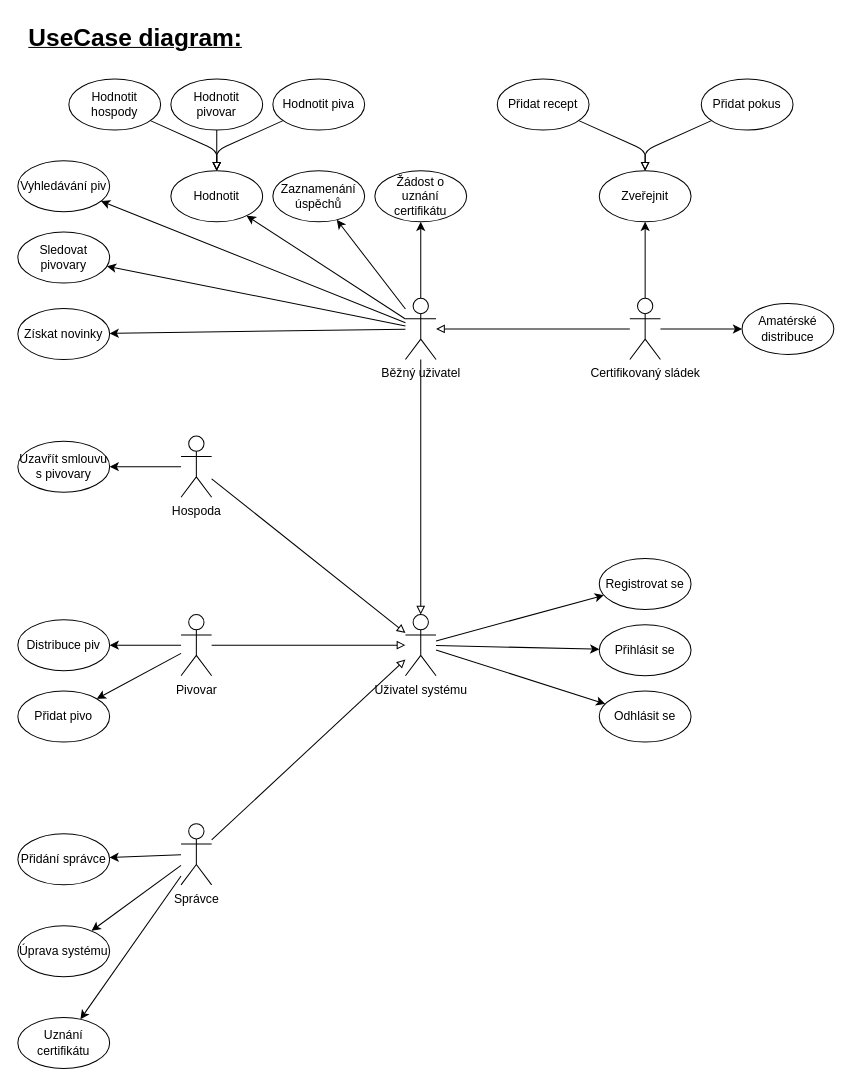
This is IUS/IUS_projekt/UseCase.drawio from dan1235689/Diagrams, a draw.io file, before an edit. Source tidied: cells renumbered, new cells numbered last; positions are measured from the earlier drawing's top-left corner, leaving out a move shared by most shapes. Both pictures are drawn from the tidied source at 102%, with x=0, y=0 at pixel (17, 17).
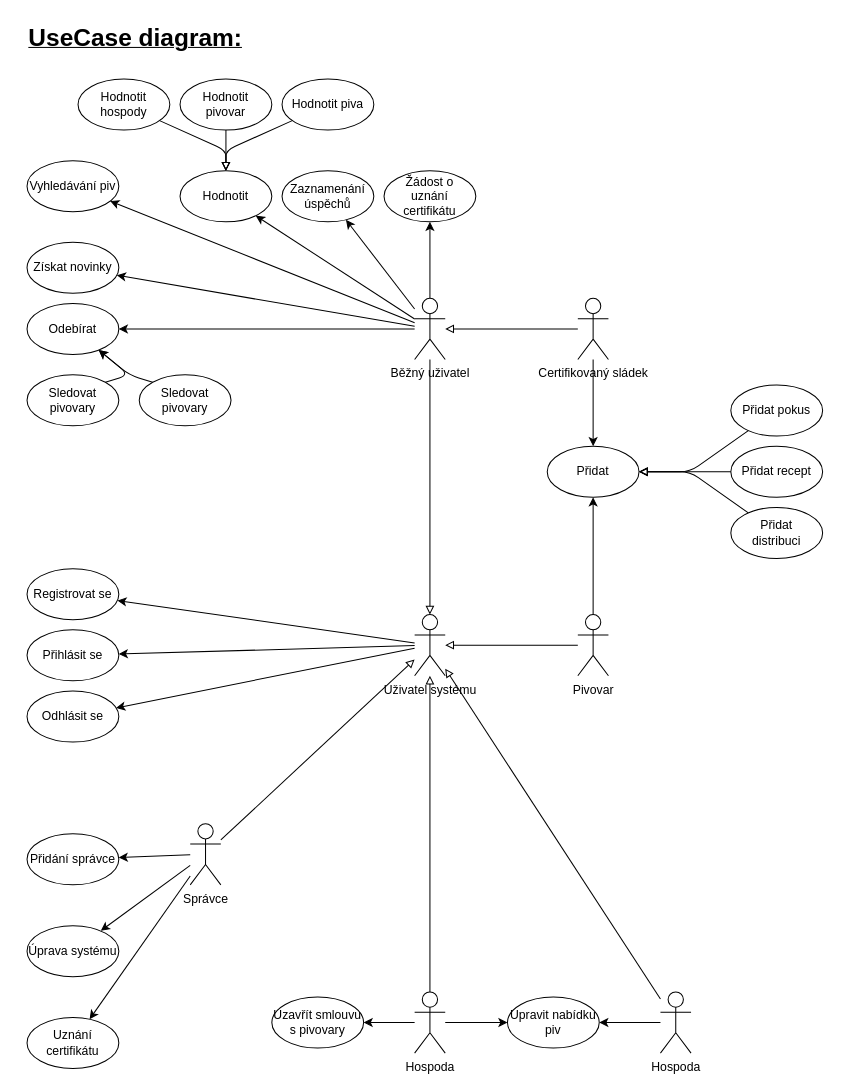
The same page after the edit.

What changed in the source:
```diff
@@
     <mxCell id="8" value="Běžný uživatel" style="shape=umlActor;verticalLabelPosition=bottom;verticalAlign=top;html=1;outlineConnect=0;" parent="1" vertex="1">
-      <mxGeometry x="380" y="275" width="30" height="60" as="geometry" />
+      <mxGeometry x="389" y="275" width="30" height="60" as="geometry" />
     </mxCell>
     <mxCell id="9" style="edgeStyle=none;html=1;endArrow=block;endFill=0;" parent="1" edge="1" source="10" target="47">
       <mxGeometry relative="1" as="geometry">
         <Array as="points">
-          <mxPoint x="195" y="130" />
+          <mxPoint x="204" y="130" />
         </Array>
       </mxGeometry>
     </mxCell>
     <mxCell id="10" value="Hodnotit hospody" style="ellipse;whiteSpace=wrap;html=1;" parent="1" vertex="1">
-      <mxGeometry x="50" y="60" width="90" height="50" as="geometry" />
+      <mxGeometry x="59" y="60" width="90" height="50" as="geometry" />
     </mxCell>
     <mxCell id="11" value="Vyhledávání piv" style="ellipse;whiteSpace=wrap;html=1;" parent="1" vertex="1">
-      <mxGeometry y="140" width="90" height="50" as="geometry" />
+      <mxGeometry x="9" y="140" width="90" height="50" as="geometry" />
     </mxCell>
     <mxCell id="12" value="Zaznamenání úspěchů" style="ellipse;whiteSpace=wrap;html=1;" parent="1" vertex="1">
-      <mxGeometry x="250" y="150" width="90" height="50" as="geometry" />
+      <mxGeometry x="259" y="150" width="90" height="50" as="geometry" />
     </mxCell>
-    <mxCell id="13" value="Sledovat pivovary" style="ellipse;whiteSpace=wrap;html=1;" parent="1" vertex="1">
-      <mxGeometry y="210" width="90" height="50" as="geometry" />
+    <mxCell id="13" value="Odebírat" style="ellipse;whiteSpace=wrap;html=1;" parent="1" vertex="1">
+      <mxGeometry x="9" y="280" width="90" height="50" as="geometry" />
     </mxCell>
     <mxCell id="14" value="Získat novinky" style="ellipse;whiteSpace=wrap;html=1;" parent="1" vertex="1">
-      <mxGeometry y="285" width="90" height="50" as="geometry" />
+      <mxGeometry x="9" y="220" width="90" height="50" as="geometry" />
     </mxCell>
-    <mxCell id="15" value="Zveřejnit" style="ellipse;whiteSpace=wrap;html=1;" parent="1" vertex="1">
-      <mxGeometry x="570" y="150" width="90" height="50" as="geometry" />
+    <mxCell id="15" value="Přidat" style="ellipse;whiteSpace=wrap;html=1;" parent="1" vertex="1">
+      <mxGeometry x="519" y="420" width="90" height="50" as="geometry" />
     </mxCell>
     <mxCell id="16" style="edgeStyle=none;html=1;endArrow=block;endFill=0;" parent="1" edge="1" source="17" target="15">
       <mxGeometry relative="1" as="geometry">
         <Array as="points">
-          <mxPoint x="615" y="130" />
+          <mxPoint x="729" y="445" />
         </Array>
       </mxGeometry>
     </mxCell>
     <mxCell id="17" value="Přidat recept" style="ellipse;whiteSpace=wrap;html=1;" parent="1" vertex="1">
-      <mxGeometry x="470" y="60" width="90" height="50" as="geometry" />
+      <mxGeometry x="699" y="420" width="90" height="50" as="geometry" />
     </mxCell>
+    <mxCell id="58" style="edgeStyle=none;html=1;endArrow=block;endFill=0;" parent="1" edge="1" source="18" target="15">
+      <mxGeometry relative="1" as="geometry">
+        <Array as="points">
+          <mxPoint x="659" y="445" />
+        </Array>
+      </mxGeometry>
+    </mxCell>
-    <mxCell id="18" value="Distribuce piv" style="ellipse;whiteSpace=wrap;html=1;" parent="1" vertex="1">
-      <mxGeometry y="590" width="90" height="50" as="geometry" />
+    <mxCell id="18" value="Přidat&lt;br&gt;distribuci" style="ellipse;whiteSpace=wrap;html=1;" parent="1" vertex="1">
+      <mxGeometry x="699" y="480" width="90" height="50" as="geometry" />
     </mxCell>
     <mxCell id="19" value="Uzavřít smlouvu s pivovary" style="ellipse;whiteSpace=wrap;html=1;" parent="1" vertex="1">
-      <mxGeometry y="415" width="90" height="50" as="geometry" />
+      <mxGeometry x="249" y="960" width="90" height="50" as="geometry" />
     </mxCell>
@@
-    <mxCell id="22" style="edgeStyle=none;html=1;" parent="1" edge="1" source="23" target="31">
-      <mxGeometry relative="1" as="geometry" />
-    </mxCell>
     <mxCell id="23" value="Certifikovaný sládek" style="shape=umlActor;verticalLabelPosition=bottom;verticalAlign=top;html=1;outlineConnect=0;" parent="1" vertex="1">
-      <mxGeometry x="600" y="275" width="30" height="60" as="geometry" />
+      <mxGeometry x="549" y="275" width="30" height="60" as="geometry" />
     </mxCell>
@@
+    <mxCell id="59" style="edgeStyle=none;html=1;startArrow=none;startFill=0;endArrow=classic;endFill=1;" parent="1" edge="1" source="25" target="68">
+      <mxGeometry relative="1" as="geometry" />
+    </mxCell>
     <mxCell id="25" value="Hospoda" style="shape=umlActor;verticalLabelPosition=bottom;verticalAlign=top;html=1;outlineConnect=0;" parent="1" vertex="1">
-      <mxGeometry x="160" y="410" width="30" height="60" as="geometry" />
+      <mxGeometry x="389" y="955" width="30" height="60" as="geometry" />
     </mxCell>
-    <mxCell id="26" style="edgeStyle=none;html=1;" parent="1" edge="1" source="28" target="18">
-      <mxGeometry relative="1" as="geometry" />
-    </mxCell>
-    <mxCell id="27" style="edgeStyle=none;html=1;endArrow=classic;endFill=1;" parent="1" edge="1" source="28" target="54">
-      <mxGeometry relative="1" as="geometry" />
-    </mxCell>
+    <mxCell id="60" style="edgeStyle=none;html=1;endArrow=classic;endFill=1;" parent="1" edge="1" source="28" target="15">
+      <mxGeometry relative="1" as="geometry" />
+    </mxCell>
     <mxCell id="28" value="Pivovar" style="shape=umlActor;verticalLabelPosition=bottom;verticalAlign=top;html=1;outlineConnect=0;" parent="1" vertex="1">
-      <mxGeometry x="160" y="585" width="30" height="60" as="geometry" />
+      <mxGeometry x="549" y="585" width="30" height="60" as="geometry" />
     </mxCell>
     <mxCell id="29" style="edgeStyle=none;html=1;endArrow=block;endFill=0;" parent="1" edge="1" source="30" target="47">
       <mxGeometry relative="1" as="geometry">
         <Array as="points">
-          <mxPoint x="195" y="130" />
+          <mxPoint x="204" y="130" />
         </Array>
       </mxGeometry>
     </mxCell>
     <mxCell id="30" value="Hodnotit piva" style="ellipse;whiteSpace=wrap;html=1;" parent="1" vertex="1">
-      <mxGeometry x="250" y="60" width="90" height="50" as="geometry" />
+      <mxGeometry x="259" y="60" width="90" height="50" as="geometry" />
     </mxCell>
-    <mxCell id="31" value="Amatérské distribuce" style="ellipse;whiteSpace=wrap;html=1;" parent="1" vertex="1">
-      <mxGeometry x="710" y="280" width="90" height="50" as="geometry" />
-    </mxCell>
@@
+    <mxCell id="61" style="edgeStyle=none;html=1;endArrow=none;endFill=0;startArrow=block;startFill=0;" parent="1" edge="1" source="35" target="67">
+      <mxGeometry relative="1" as="geometry" />
+    </mxCell>
     <mxCell id="35" value="Uživatel systému" style="shape=umlActor;verticalLabelPosition=bottom;verticalAlign=top;html=1;" parent="1" vertex="1">
-      <mxGeometry x="380" y="585" width="30" height="60" as="geometry" />
+      <mxGeometry x="389" y="585" width="30" height="60" as="geometry" />
     </mxCell>
@@
     <mxCell id="39" value="Registrovat se" style="ellipse;whiteSpace=wrap;html=1;" parent="1" vertex="1">
-      <mxGeometry x="570" y="530" width="90" height="50" as="geometry" />
+      <mxGeometry x="9" y="540" width="90" height="50" as="geometry" />
     </mxCell>
     <mxCell id="40" value="Přihlásit se" style="ellipse;whiteSpace=wrap;html=1;" parent="1" vertex="1">
-      <mxGeometry x="570" y="595" width="90" height="50" as="geometry" />
+      <mxGeometry x="9" y="600" width="90" height="50" as="geometry" />
     </mxCell>
@@
     <mxCell id="45" value="Správce" style="shape=umlActor;verticalLabelPosition=bottom;verticalAlign=top;html=1;outlineConnect=0;" parent="1" vertex="1">
-      <mxGeometry x="160" y="790" width="30" height="60" as="geometry" />
+      <mxGeometry x="169" y="790" width="30" height="60" as="geometry" />
     </mxCell>
     <mxCell id="46" value="Uznání certifikátu" style="ellipse;whiteSpace=wrap;html=1;" parent="1" vertex="1">
-      <mxGeometry y="980" width="90" height="50" as="geometry" />
+      <mxGeometry x="9" y="980" width="90" height="50" as="geometry" />
     </mxCell>
     <mxCell id="47" value="Hodnotit" style="ellipse;whiteSpace=wrap;html=1;" parent="1" vertex="1">
-      <mxGeometry x="150" y="150" width="90" height="50" as="geometry" />
+      <mxGeometry x="159" y="150" width="90" height="50" as="geometry" />
     </mxCell>
     <mxCell id="48" style="edgeStyle=none;html=1;endArrow=block;endFill=0;" parent="1" edge="1" source="49" target="15">
       <mxGeometry relative="1" as="geometry">
         <Array as="points">
-          <mxPoint x="615" y="130" />
+          <mxPoint x="659" y="445" />
         </Array>
       </mxGeometry>
     </mxCell>
     <mxCell id="49" value="Přidat pokus" style="ellipse;whiteSpace=wrap;html=1;" parent="1" vertex="1">
-      <mxGeometry x="670" y="60" width="90" height="50" as="geometry" />
+      <mxGeometry x="699" y="360" width="90" height="50" as="geometry" />
     </mxCell>
     <mxCell id="50" value="Odhlásit se" style="ellipse;whiteSpace=wrap;html=1;" parent="1" vertex="1">
-      <mxGeometry x="570" y="660" width="90" height="50" as="geometry" />
+      <mxGeometry x="9" y="660" width="90" height="50" as="geometry" />
     </mxCell>
     <mxCell id="51" value="Úprava systému" style="ellipse;whiteSpace=wrap;html=1;" parent="1" vertex="1">
-      <mxGeometry y="890" width="90" height="50" as="geometry" />
+      <mxGeometry x="9" y="890" width="90" height="50" as="geometry" />
     </mxCell>
     <mxCell id="52" value="Žádost o&lt;br&gt;uznání certifikátu" style="ellipse;whiteSpace=wrap;html=1;" parent="1" vertex="1">
-      <mxGeometry x="350" y="150" width="90" height="50" as="geometry" />
+      <mxGeometry x="359" y="150" width="90" height="50" as="geometry" />
     </mxCell>
     <mxCell id="53" value="Přidání správce" style="ellipse;whiteSpace=wrap;html=1;" parent="1" vertex="1">
-      <mxGeometry y="800" width="90" height="50" as="geometry" />
+      <mxGeometry x="9" y="800" width="90" height="50" as="geometry" />
     </mxCell>
-    <mxCell id="54" value="Přidat pivo" style="ellipse;whiteSpace=wrap;html=1;" parent="1" vertex="1">
-      <mxGeometry y="660" width="90" height="50" as="geometry" />
-    </mxCell>
@@
     <mxCell id="56" value="Hodnotit&lt;br&gt;pivovar" style="ellipse;whiteSpace=wrap;html=1;" parent="1" vertex="1">
-      <mxGeometry x="150" y="60" width="90" height="50" as="geometry" />
+      <mxGeometry x="159" y="60" width="90" height="50" as="geometry" />
     </mxCell>
@@
+    <mxCell id="62" style="edgeStyle=none;html=1;exitX=0;exitY=0;exitDx=0;exitDy=0;" parent="1" edge="1" source="63" target="13">
+      <mxGeometry relative="1" as="geometry">
+        <Array as="points">
+          <mxPoint x="109" y="350" />
+        </Array>
+      </mxGeometry>
+    </mxCell>
+    <mxCell id="63" value="Sledovat pivovary" style="ellipse;whiteSpace=wrap;html=1;" parent="1" vertex="1">
+      <mxGeometry x="119" y="350" width="90" height="50" as="geometry" />
+    </mxCell>
+    <mxCell id="64" style="edgeStyle=none;html=1;exitX=1;exitY=0;exitDx=0;exitDy=0;" parent="1" edge="1" source="65" target="13">
+      <mxGeometry relative="1" as="geometry">
+        <Array as="points">
+          <mxPoint x="109" y="350" />
+        </Array>
+      </mxGeometry>
+    </mxCell>
+    <mxCell id="65" value="Sledovat pivovary" style="ellipse;whiteSpace=wrap;html=1;" parent="1" vertex="1">
+      <mxGeometry x="9" y="350" width="90" height="50" as="geometry" />
+    </mxCell>
+    <mxCell id="66" style="edgeStyle=none;html=1;startArrow=none;startFill=0;endArrow=classic;endFill=1;" parent="1" edge="1" source="67" target="68">
+      <mxGeometry relative="1" as="geometry" />
+    </mxCell>
+    <mxCell id="67" value="Hospoda" style="shape=umlActor;verticalLabelPosition=bottom;verticalAlign=top;html=1;outlineConnect=0;" parent="1" vertex="1">
+      <mxGeometry x="630" y="955" width="30" height="60" as="geometry" />
+    </mxCell>
+    <mxCell id="68" value="Upravit nabídku piv" style="ellipse;whiteSpace=wrap;html=1;" parent="1" vertex="1">
+      <mxGeometry x="480" y="960" width="90" height="50" as="geometry" />
+    </mxCell>
```
